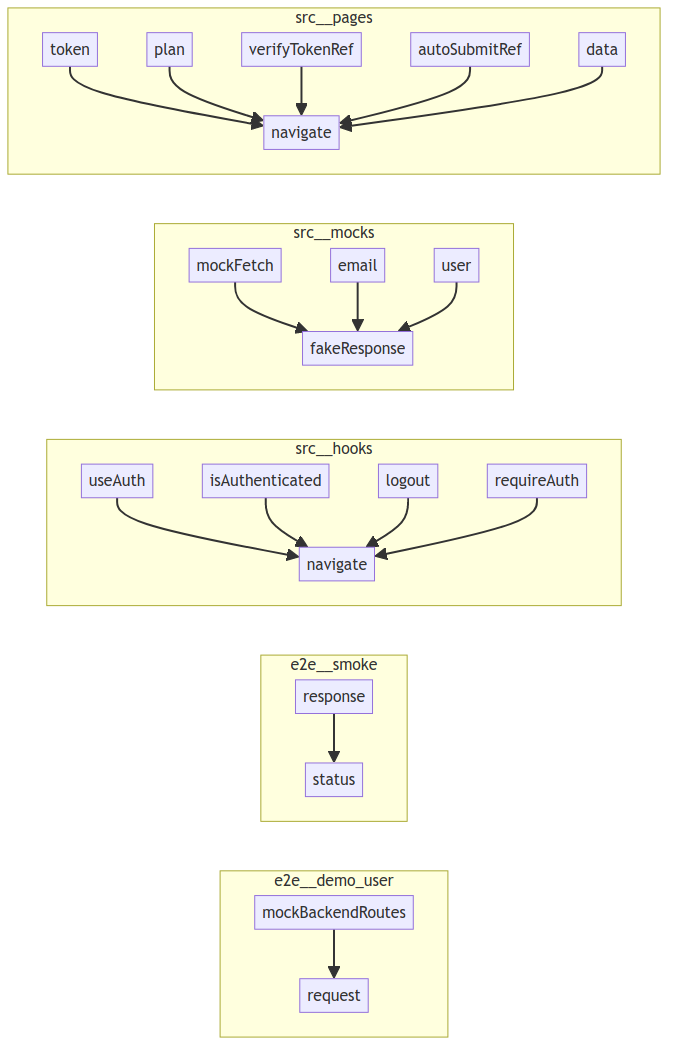
The Mermaid diagram project/calls.png in oqlos/www, before a commit. Its source is kept beside it as project/calls.mmd.
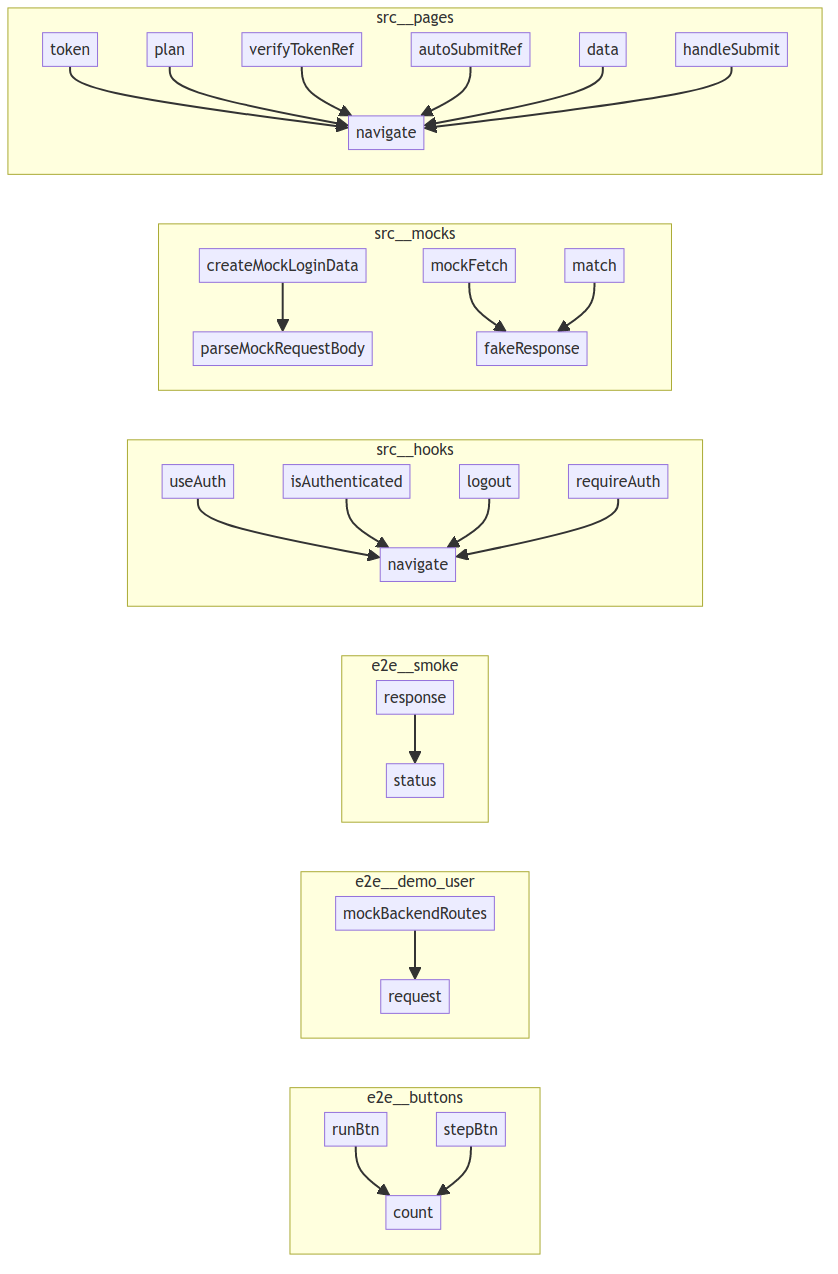
After the commit.

The edit, as a diff of the source:
```diff
@@ -1,4 +1,9 @@
 flowchart LR
+    subgraph e2e__buttons
+        e2e__buttons__scenarios_buttons__spec__count["count"]
+        e2e__buttons__scenarios_buttons__spec__stepBtn["stepBtn"]
+        e2e__buttons__scenarios_buttons__spec__runBtn["runBtn"]
+    end
     subgraph e2e__demo_user
         e2e__demo_user__spec__mockBackendRoutes["mockBackendRoutes"]
         e2e__demo_user__spec__request["request"]
@@ -8,37 +13,42 @@
         e2e__smoke__spec__response["response"]
     end
     subgraph src__hooks
+        src__hooks__useAuth__useAuth["useAuth"]
+        src__hooks__useAuth__navigate["navigate"]
         src__hooks__useAuth__isAuthenticated["isAuthenticated"]
-        src__hooks__useAuth__navigate["navigate"]
-        src__hooks__useAuth__useAuth["useAuth"]
+        src__hooks__useAuth__logout["logout"]
         src__hooks__useAuth__requireAuth["requireAuth"]
-        src__hooks__useAuth__logout["logout"]
     end
     subgraph src__mocks
+        src__mocks__api__createMockLoginData["createMockLoginData"]
+        src__mocks__api__match["match"]
         src__mocks__api__mockFetch["mockFetch"]
         src__mocks__api__fakeResponse["fakeResponse"]
-        src__mocks__api__email["email"]
-        src__mocks__api__user["user"]
+        src__mocks__api__parseMockRequestBody["parseMockRequestBody"]
     end
     subgraph src__pages
+        src__pages__Login__autoSubmitRef["autoSubmitRef"]
         src__pages__Login__token["token"]
+        src__pages__Login__verifyTokenRef["verifyTokenRef"]
         src__pages__Login__navigate["navigate"]
-        src__pages__Login__autoSubmitRef["autoSubmitRef"]
         src__pages__Login__plan["plan"]
+        src__pages__Login__handleSubmit["handleSubmit"]
         src__pages__Login__data["data"]
-        src__pages__Login__verifyTokenRef["verifyTokenRef"]
     end
     src__hooks__useAuth__useAuth --> src__hooks__useAuth__navigate
     src__hooks__useAuth__isAuthenticated --> src__hooks__useAuth__navigate
     src__hooks__useAuth__logout --> src__hooks__useAuth__navigate
     src__hooks__useAuth__requireAuth --> src__hooks__useAuth__navigate
-    src__mocks__api__mockFetch --> src__mocks__api__fakeResponse
-    src__mocks__api__email --> src__mocks__api__fakeResponse
-    src__mocks__api__user --> src__mocks__api__fakeResponse
     src__pages__Login__token --> src__pages__Login__navigate
     src__pages__Login__plan --> src__pages__Login__navigate
     src__pages__Login__verifyTokenRef --> src__pages__Login__navigate
     src__pages__Login__autoSubmitRef --> src__pages__Login__navigate
     src__pages__Login__data --> src__pages__Login__navigate
+    src__pages__Login__handleSubmit --> src__pages__Login__navigate
+    src__mocks__api__createMockLoginData --> src__mocks__api__parseMockRequestBody
+    src__mocks__api__mockFetch --> src__mocks__api__fakeResponse
+    src__mocks__api__match --> src__mocks__api__fakeResponse
+    e2e__smoke__spec__response --> e2e__smoke__spec__status
     e2e__demo_user__spec__mockBackendRoutes --> e2e__demo_user__spec__request
-    e2e__smoke__spec__response --> e2e__smoke__spec__status
+    e2e__buttons__scenarios_buttons__spec__runBtn --> e2e__buttons__scenarios_buttons__spec__count
+    e2e__buttons__scenarios_buttons__spec__stepBtn --> e2e__buttons__scenarios_buttons__spec__count
```
